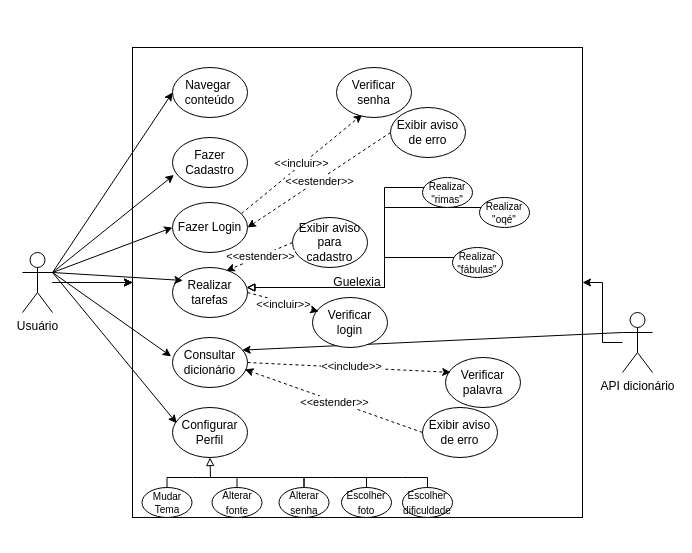
c0rts/Guelexia keeps this draw.io diagram as INFORMAÇÕES (GUELEXIA)/Diagrama DE CASO DE USO.drawio. Above is the earlier version. Source tidied: cells renumbered, new cells numbered last; positions are measured from the earlier drawing's top-left corner, leaving out a move shared by most shapes. Both pictures are drawn from the tidied source at 100%, with x=0, y=0 at pixel (22, 47).
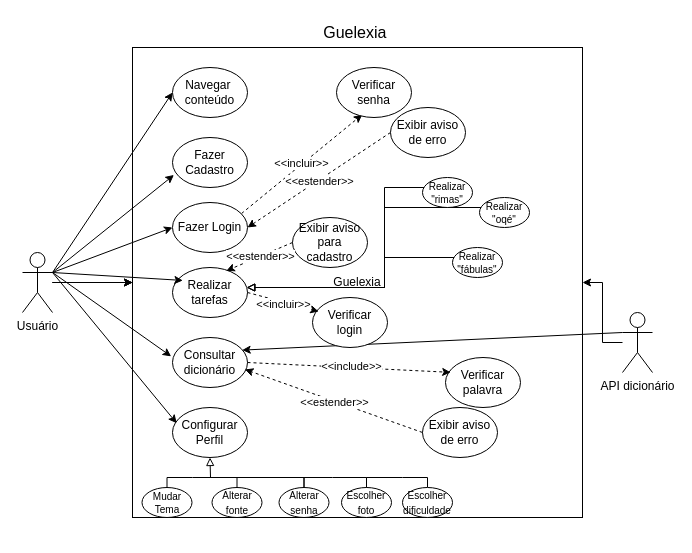
After the change.

The edit, as a diff of the source:
```diff
@@
+    <mxCell id="58" value="Guelexia&amp;nbsp;" style="text;strokeColor=none;align=center;fillColor=none;html=1;verticalAlign=middle;whiteSpace=wrap;rounded=0;fontSize=16;" parent="1" vertex="1">
+      <mxGeometry x="305" y="-30" width="60" height="30" as="geometry" />
+    </mxCell>
```
